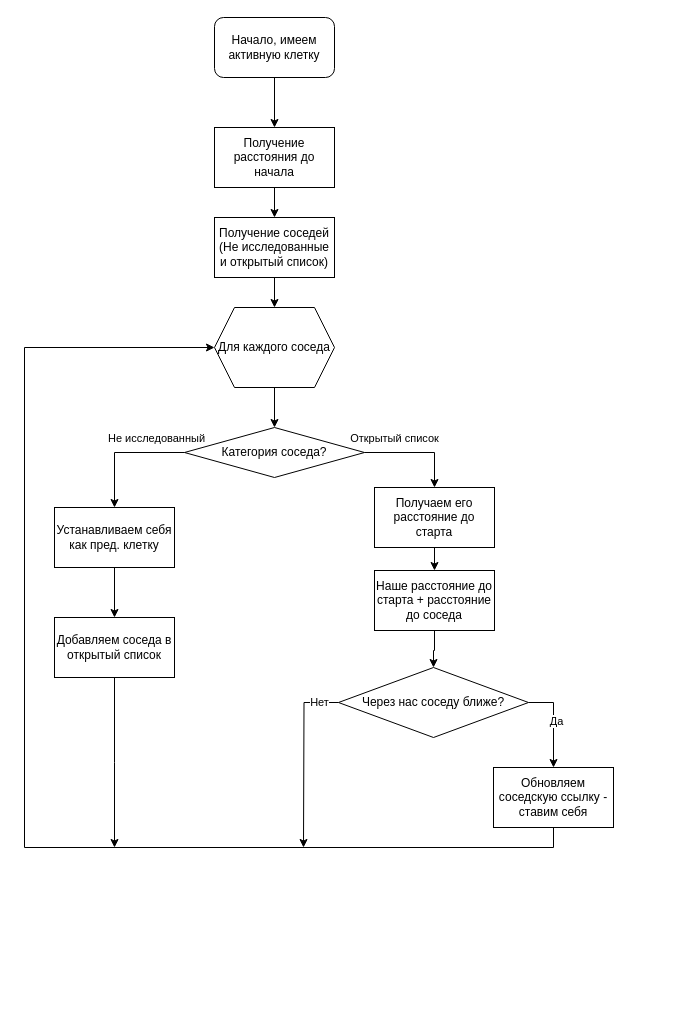
Earlier version of the draw.io diagram A-star.drawio (Vampir2033/D-Star). Source tidied: cells renumbered, new cells numbered last; positions are measured from the earlier drawing's top-left corner, leaving out a move shared by most shapes. Both pictures are drawn from the tidied source at 100%, with x=0, y=0 at pixel (24, 17).
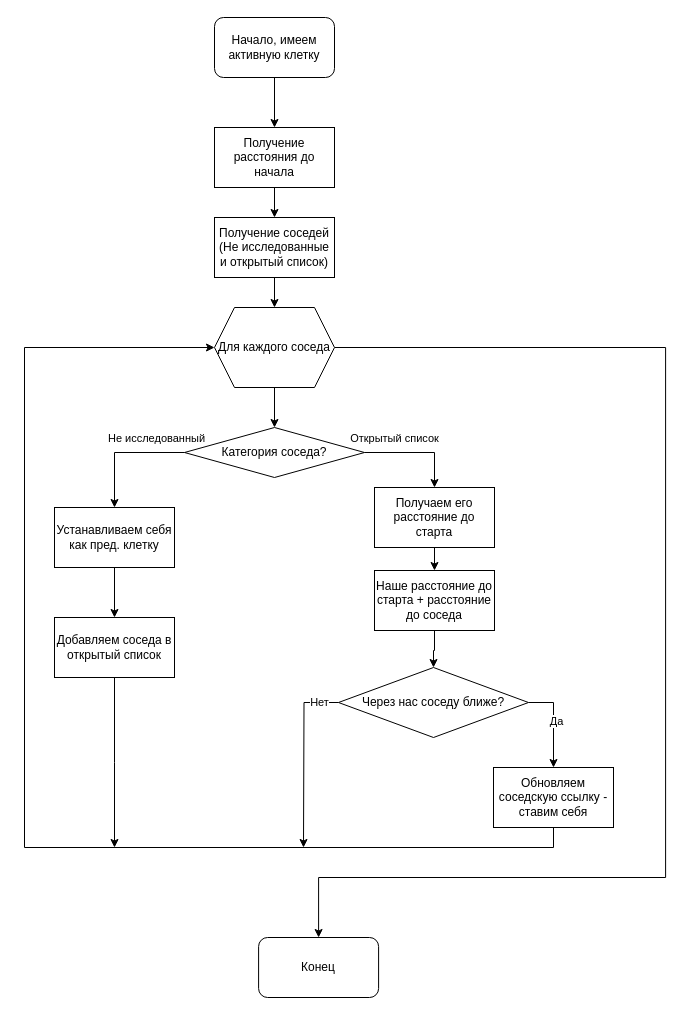
The same diagram, later.

The change refers to these unchanged cells:
```xml
<mxCell id="7" value="Для каждого соседа" style="shape=hexagon;perimeter=hexagonPerimeter2;whiteSpace=wrap;html=1;fixedSize=1;" parent="1" vertex="1">
  <mxGeometry x="190" y="290" width="120" height="80" as="geometry" />
</mxCell>
```

The edit, as a diff of the source:
```diff
@@
+    <mxCell id="30" style="edgeStyle=orthogonalEdgeStyle;rounded=0;jettySize=auto;html=1;entryX=0.5;entryY=0;entryDx=0;entryDy=0;" parent="1" edge="1" source="7" target="31">
+      <mxGeometry relative="1" as="geometry">
+        <Array as="points">
+          <mxPoint x="641.1" y="330" />
+          <mxPoint x="641.1" y="860" />
+          <mxPoint x="294.1" y="860" />
+        </Array>
+      </mxGeometry>
+    </mxCell>
@@
+    <mxCell id="31" value="Конец" style="rounded=1;whiteSpace=wrap;html=1;" parent="1" vertex="1">
+      <mxGeometry x="234.1" y="920" width="120" height="60" as="geometry" />
+    </mxCell>
```
